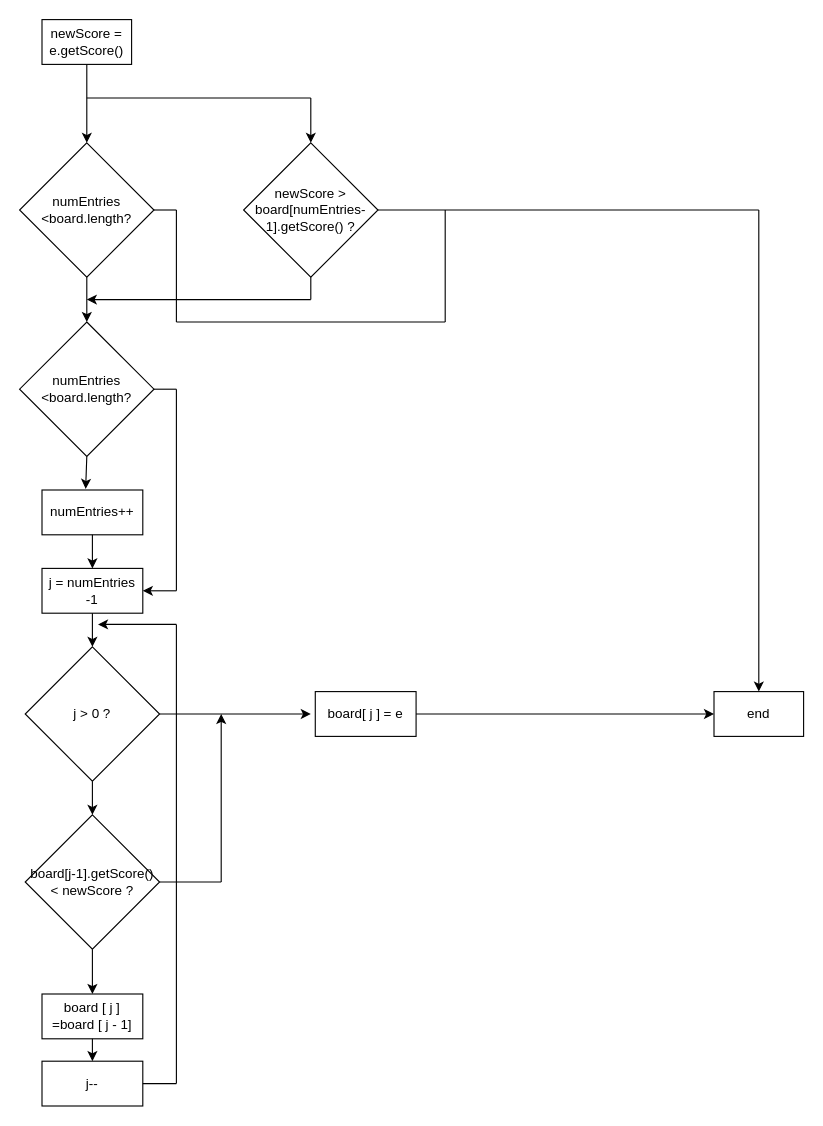
This is Scoreboard.drawio from alecossio/snippets-java, a draw.io file, before an edit. Source tidied: cells renumbered, new cells numbered last; positions are measured from the earlier drawing's top-left corner, leaving out a move shared by most shapes. Both pictures are drawn from the tidied source at 112%, with x=0, y=0 at pixel (19, 19).
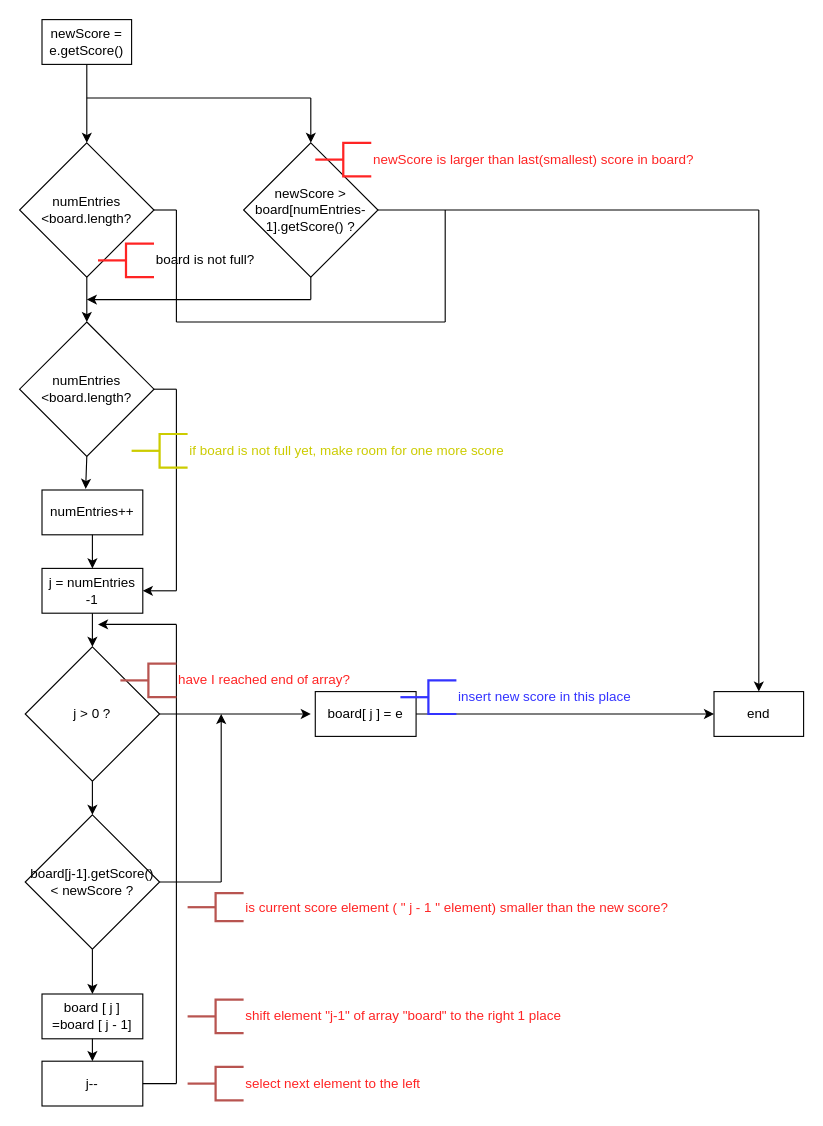
After the change.

Diff of the diagram source:
```diff
@@
+    <mxCell id="42" value="&lt;font color=&quot;#FF2424&quot;&gt;shift element &quot;j-1&quot; of array &quot;board&quot; to the right 1 place&lt;/font&gt;" style="strokeWidth=2;html=1;shape=mxgraph.flowchart.annotation_2;align=left;labelPosition=right;fillColor=#f8cecc;strokeColor=#b85450;" parent="1" vertex="1">
+      <mxGeometry x="150" y="875" width="50" height="30" as="geometry" />
+    </mxCell>
+    <mxCell id="43" value="&lt;font color=&quot;#FF2424&quot;&gt;select next element to the left&lt;/font&gt;" style="strokeWidth=2;html=1;shape=mxgraph.flowchart.annotation_2;align=left;labelPosition=right;fillColor=#f8cecc;strokeColor=#b85450;" parent="1" vertex="1">
+      <mxGeometry x="150" y="935" width="50" height="30" as="geometry" />
+    </mxCell>
+    <mxCell id="44" value="&lt;font color=&quot;#FF2424&quot;&gt;have I reached end of array?&lt;/font&gt;" style="strokeWidth=2;html=1;shape=mxgraph.flowchart.annotation_2;align=left;labelPosition=right;fillColor=#f8cecc;strokeColor=#b85450;" parent="1" vertex="1">
+      <mxGeometry x="90" y="575" width="50" height="30" as="geometry" />
+    </mxCell>
+    <mxCell id="45" value="&lt;font color=&quot;#FF2424&quot;&gt;is current score element ( &quot; j - 1 &quot; element) smaller than the new score?&lt;/font&gt;" style="strokeWidth=2;html=1;shape=mxgraph.flowchart.annotation_2;align=left;labelPosition=right;fillColor=#f8cecc;strokeColor=#b85450;" parent="1" vertex="1">
+      <mxGeometry x="150" y="780" width="50" height="25" as="geometry" />
+    </mxCell>
+    <mxCell id="46" value="&lt;font color=&quot;#3333FF&quot;&gt;insert new score in this place&lt;/font&gt;" style="strokeWidth=2;html=1;shape=mxgraph.flowchart.annotation_2;align=left;labelPosition=right;fillColor=#f8cecc;strokeColor=#3333FF;" parent="1" vertex="1">
+      <mxGeometry x="340" y="590" width="50" height="30" as="geometry" />
+    </mxCell>
+    <mxCell id="47" value="&lt;font color=&quot;#CCCC00&quot;&gt;if board is not full yet, make room for one more score&lt;/font&gt;" style="strokeWidth=2;html=1;shape=mxgraph.flowchart.annotation_2;align=left;labelPosition=right;fillColor=#f8cecc;strokeColor=#CCCC00;" parent="1" vertex="1">
+      <mxGeometry x="100" y="370" width="50" height="30" as="geometry" />
+    </mxCell>
+    <mxCell id="48" value="&lt;font color=&quot;#FF2424&quot;&gt;newScore is larger than last(smallest) score in board?&lt;/font&gt;" style="strokeWidth=2;html=1;shape=mxgraph.flowchart.annotation_2;align=left;labelPosition=right;fillColor=#f8cecc;strokeColor=#FF2424;" parent="1" vertex="1">
+      <mxGeometry x="264" y="110" width="50" height="30" as="geometry" />
+    </mxCell>
+    <mxCell id="49" value="board is not full?" style="strokeWidth=2;html=1;shape=mxgraph.flowchart.annotation_2;align=left;labelPosition=right;fillColor=#f8cecc;strokeColor=#FF2424;" parent="1" vertex="1">
+      <mxGeometry x="70" y="200" width="50" height="30" as="geometry" />
+    </mxCell>
```
